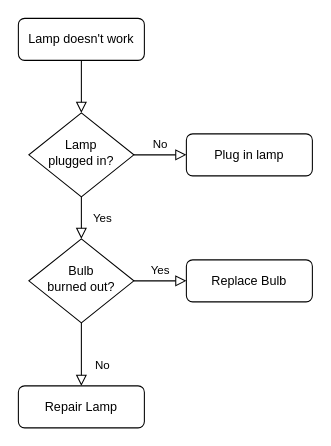
This is graph.drawio from dunkle/python_Learn, a draw.io file, before an edit. Source tidied: cells renumbered, new cells numbered last; positions are measured from the earlier drawing's top-left corner, leaving out a move shared by most shapes. Both pictures are drawn from the tidied source at 105%, with x=0, y=0 at pixel (18, 18).
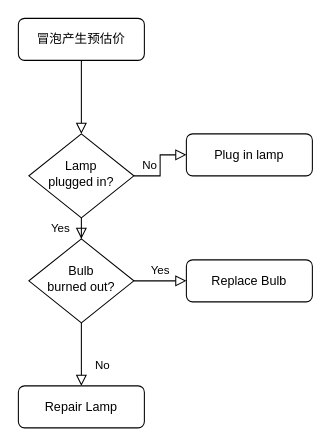
Above is the later version.

Diff of the diagram source:
```diff
@@
 <mxGraphModel>
   <root>
     <mxCell id="0" />
     <mxCell id="1" parent="0" />
     <mxCell id="2" style="rounded=0;html=1;jettySize=auto;fontSize=11;endArrow=block;endFill=0;endSize=8;strokeWidth=1;shadow=0;labelBackgroundColor=none;edgeStyle=orthogonalEdgeStyle;" parent="1" edge="1" source="3" target="6">
       <mxGeometry relative="1" as="geometry" />
     </mxCell>
-    <mxCell id="3" value="Lamp doesn't work" style="rounded=1;whiteSpace=wrap;html=1;fontSize=12;glass=0;strokeWidth=1;shadow=0;" parent="1" vertex="1">
+    <mxCell id="3" value="冒泡产生预估价" style="rounded=1;whiteSpace=wrap;html=1;fontSize=12;glass=0;strokeWidth=1;shadow=0;" parent="1" vertex="1">
       <mxGeometry width="120" height="40" as="geometry" />
     </mxCell>
     <mxCell id="4" value="Yes" style="rounded=0;html=1;jettySize=auto;fontSize=11;endArrow=block;endFill=0;endSize=8;strokeWidth=1;shadow=0;labelBackgroundColor=none;edgeStyle=orthogonalEdgeStyle;" parent="1" edge="1" source="6" target="10">
       <mxGeometry y="20" relative="1" as="geometry" />
     </mxCell>
     <mxCell id="5" value="No" style="edgeStyle=orthogonalEdgeStyle;rounded=0;html=1;jettySize=auto;fontSize=11;endArrow=block;endFill=0;endSize=8;strokeWidth=1;shadow=0;labelBackgroundColor=none;" parent="1" edge="1" source="6" target="7">
       <mxGeometry y="10" relative="1" as="geometry" />
     </mxCell>
     <mxCell id="6" value="Lamp&lt;br&gt;plugged in?" style="rhombus;whiteSpace=wrap;html=1;shadow=0;fontFamily=Helvetica;fontSize=12;align=center;strokeWidth=1;spacing=6;spacingTop=-4;" parent="1" vertex="1">
-      <mxGeometry x="10" y="90" width="100" height="80" as="geometry" />
+      <mxGeometry x="10" y="110" width="100" height="80" as="geometry" />
     </mxCell>
     <mxCell id="7" value="Plug in lamp" style="rounded=1;whiteSpace=wrap;html=1;fontSize=12;glass=0;strokeWidth=1;shadow=0;" parent="1" vertex="1">
       <mxGeometry x="160" y="110" width="120" height="40" as="geometry" />
     </mxCell>
     <mxCell id="8" value="No" style="rounded=0;html=1;jettySize=auto;fontSize=11;endArrow=block;endFill=0;endSize=8;strokeWidth=1;shadow=0;labelBackgroundColor=none;edgeStyle=orthogonalEdgeStyle;" parent="1" edge="1" source="10" target="11">
       <mxGeometry x="0.33" y="20" relative="1" as="geometry" />
     </mxCell>
     <mxCell id="9" value="Yes" style="edgeStyle=orthogonalEdgeStyle;rounded=0;html=1;jettySize=auto;fontSize=11;endArrow=block;endFill=0;endSize=8;strokeWidth=1;shadow=0;labelBackgroundColor=none;" parent="1" edge="1" source="10" target="12">
       <mxGeometry y="10" relative="1" as="geometry" />
     </mxCell>
     <mxCell id="10" value="Bulb&lt;br&gt;burned out?" style="rhombus;whiteSpace=wrap;html=1;shadow=0;fontFamily=Helvetica;fontSize=12;align=center;strokeWidth=1;spacing=6;spacingTop=-4;" parent="1" vertex="1">
       <mxGeometry x="10" y="210" width="100" height="80" as="geometry" />
     </mxCell>
     <mxCell id="11" value="Repair Lamp" style="rounded=1;whiteSpace=wrap;html=1;fontSize=12;glass=0;strokeWidth=1;shadow=0;" parent="1" vertex="1">
       <mxGeometry y="350" width="120" height="40" as="geometry" />
     </mxCell>
     <mxCell id="12" value="Replace Bulb" style="rounded=1;whiteSpace=wrap;html=1;fontSize=12;glass=0;strokeWidth=1;shadow=0;" parent="1" vertex="1">
       <mxGeometry x="160" y="230" width="120" height="40" as="geometry" />
     </mxCell>
   </root>
 </mxGraphModel>
```
